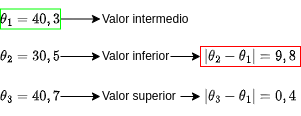
The draw.io diagram docs/latex/img/votacion_sensores.png in Federiconunezfrau/FCC-project-LARoptero, before a commit. Source tidied: cells renumbered, new cells last; positions are measured from the earlier drawing's top-left corner, leaving out a move shared by most shapes.
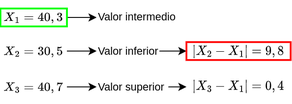
After the change.

What changed in the source:
```diff
@@ -5,20 +5,20 @@
     <mxCell id="2" style="edgeStyle=orthogonalEdgeStyle;rounded=0;jettySize=auto;html=1;exitX=1;exitY=0.5;exitDx=0;exitDy=0;entryX=0;entryY=0.5;entryDx=0;entryDy=0;" parent="1" edge="1" source="3" target="8">
       <mxGeometry relative="1" as="geometry" />
     </mxCell>
-    <mxCell id="3" value="$$ \theta_1 = 40,3 $$" style="text;html=1;strokeColor=#00FF00;fillColor=none;align=center;verticalAlign=middle;whiteSpace=wrap;rounded=0;" parent="1" vertex="1">
-      <mxGeometry y="0.5" width="60" height="20" as="geometry" />
+    <mxCell id="3" value="$$ X_1 = 40,3 $$" style="text;html=1;strokeColor=#00FF00;fillColor=none;align=center;verticalAlign=middle;whiteSpace=wrap;rounded=0;strokeWidth=2;" parent="1" vertex="1">
+      <mxGeometry x="-7" y="0.5" width="74" height="20" as="geometry" />
     </mxCell>
     <mxCell id="4" style="edgeStyle=orthogonalEdgeStyle;rounded=0;jettySize=auto;html=1;exitX=1;exitY=0.5;exitDx=0;exitDy=0;entryX=0;entryY=0.5;entryDx=0;entryDy=0;" parent="1" edge="1" source="5" target="10">
       <mxGeometry relative="1" as="geometry" />
     </mxCell>
-    <mxCell id="5" value="$$ \theta_2 = 30,5 $$" style="text;html=1;strokeColor=none;fillColor=none;align=center;verticalAlign=middle;whiteSpace=wrap;rounded=0;" parent="1" vertex="1">
-      <mxGeometry y="38" width="60" height="20" as="geometry" />
+    <mxCell id="5" value="$$ X_2 = 30,5 $$" style="text;html=1;strokeColor=none;fillColor=none;align=center;verticalAlign=middle;whiteSpace=wrap;rounded=0;" parent="1" vertex="1">
+      <mxGeometry x="-7" y="38" width="74" height="20" as="geometry" />
     </mxCell>
     <mxCell id="6" style="edgeStyle=orthogonalEdgeStyle;rounded=0;jettySize=auto;html=1;exitX=1;exitY=0.5;exitDx=0;exitDy=0;entryX=0;entryY=0.5;entryDx=0;entryDy=0;" parent="1" edge="1" source="7" target="12">
       <mxGeometry relative="1" as="geometry" />
     </mxCell>
-    <mxCell id="7" value="$$ \theta_3 = 40,7 $$" style="text;html=1;strokeColor=none;fillColor=none;align=center;verticalAlign=middle;whiteSpace=wrap;rounded=0;" parent="1" vertex="1">
-      <mxGeometry y="78" width="60" height="20" as="geometry" />
+    <mxCell id="7" value="$$ X_3 = 40,7 $$" style="text;html=1;strokeColor=none;fillColor=none;align=center;verticalAlign=middle;whiteSpace=wrap;rounded=0;" parent="1" vertex="1">
+      <mxGeometry x="-7" y="78" width="74" height="20" as="geometry" />
     </mxCell>
     <mxCell id="8" value="Valor intermedio" style="text;html=1;strokeColor=none;fillColor=none;align=left;verticalAlign=middle;whiteSpace=wrap;rounded=0;" parent="1" vertex="1">
       <mxGeometry x="100" y="3" width="90" height="15" as="geometry" />
@@ -35,11 +35,11 @@
     <mxCell id="12" value="Valor superior" style="text;html=1;strokeColor=none;fillColor=none;align=left;verticalAlign=middle;whiteSpace=wrap;rounded=0;" parent="1" vertex="1">
       <mxGeometry x="100" y="80.5" width="80" height="15" as="geometry" />
     </mxCell>
-    <mxCell id="13" value="$$ | \theta_2 - \theta_1 | = 9,8$$" style="text;html=1;strokeColor=#FF0000;fillColor=none;align=center;verticalAlign=middle;whiteSpace=wrap;rounded=0;" parent="1" vertex="1">
-      <mxGeometry x="200" y="38" width="100" height="20" as="geometry" />
+    <mxCell id="13" value="$$ | X_2 - X_1 | = 9,8$$" style="text;html=1;strokeColor=#FF0000;fillColor=none;align=center;verticalAlign=middle;whiteSpace=wrap;rounded=0;strokeWidth=2;" parent="1" vertex="1">
+      <mxGeometry x="200" y="38" width="116" height="20" as="geometry" />
     </mxCell>
-    <mxCell id="14" value="$$ | \theta_3 - \theta_1 | = 0,4$$" style="text;html=1;strokeColor=none;fillColor=none;align=center;verticalAlign=middle;whiteSpace=wrap;rounded=0;" parent="1" vertex="1">
-      <mxGeometry x="200" y="79.9" width="100" height="16.2" as="geometry" />
+    <mxCell id="14" value="$$ | X_3 - X_1 | = 0,4$$" style="text;html=1;strokeColor=none;fillColor=none;align=center;verticalAlign=middle;whiteSpace=wrap;rounded=0;" parent="1" vertex="1">
+      <mxGeometry x="200" y="79.9" width="116" height="16.2" as="geometry" />
     </mxCell>
   </root>
 </mxGraphModel>
```
